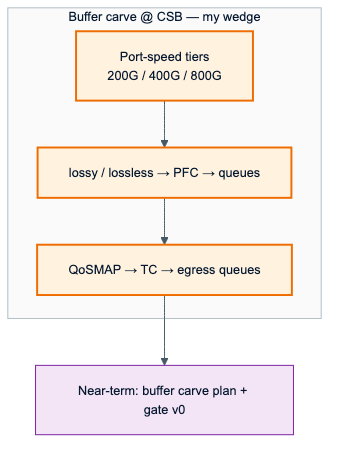
Before: assets/diagrams/b6/b6-slide04-csb-inset.png, a diagram exported from Mermaid (upscale-ai-network/agent-template). Its source is kept beside it as assets/diagrams/b6/b6-slide04-csb-inset.mmd.
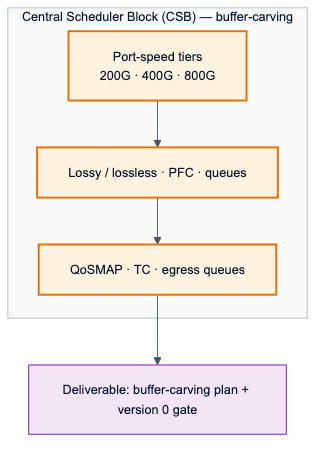
The same file after the commit.

Change to the diagram source:
```diff
@@ -1,11 +1,11 @@
 %%{init: {'theme': 'base', 'themeVariables': { 'fontSize': '13px'}}}%%
 flowchart TB
-  subgraph CSB["Buffer carve @ CSB — my wedge"]
-    B1["Port-speed tiers<br/>200G / 400G / 800G"]
-    B2["lossy / lossless → PFC → queues"]
-    B3["QoSMAP → TC → egress queues"]
+  subgraph CSB["Central Scheduler Block (CSB) — buffer-carving"]
+    B1["Port-speed tiers<br/>200G · 400G · 800G"]
+    B2["Lossy / lossless · PFC · queues"]
+    B3["QoSMAP · TC · egress queues"]
   end
-  OUT["Near-term: buffer carve plan + gate v0"]
+  OUT["Deliverable: buffer-carving plan + version 0 gate"]
 
   B1 --> B2 --> B3 --> OUT
 
```
